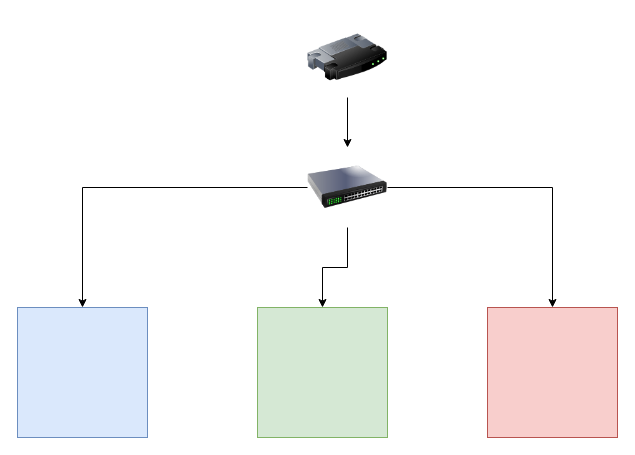
The draw.io diagram Project 4 Diagram.drawio in blackknight75/Cybersecurity-Bootcamp, before the edit. Source tidied: cells renumbered, new cells numbered last; positions are measured from the earlier drawing's top-left corner, leaving out a move shared by most shapes. Both pictures are drawn from the tidied source at 100%, with x=0, y=0 at pixel (17, 17).
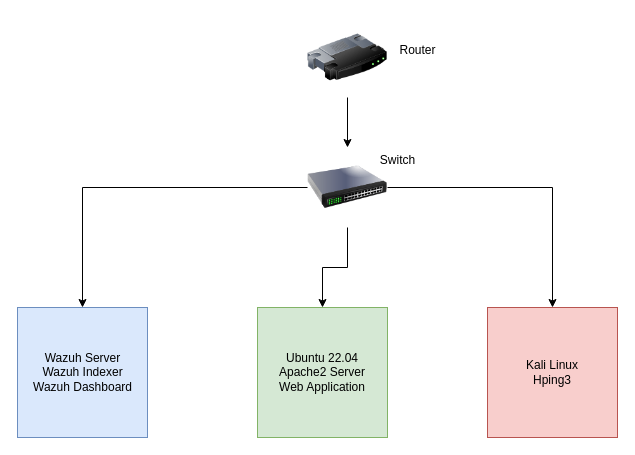
The same diagram, later.

What changed in the source:
```diff
@@
 <mxGraphModel>
   <root>
     <mxCell id="0" />
     <mxCell id="1" parent="0" />
     <mxCell id="2" style="whiteSpace=wrap;html=1;fillColor=#dae8fc;strokeColor=#6c8ebf;" parent="1" vertex="1">
       <mxGeometry y="290" width="130" height="130" as="geometry" />
     </mxCell>
-    <mxCell id="3" style="whiteSpace=wrap;html=1;fillColor=#d5e8d4;strokeColor=#82b366;" parent="1" vertex="1">
+    <mxCell id="3" value="Ubuntu 22.04&lt;div&gt;Apache2 Server&lt;/div&gt;&lt;div&gt;Web Application&lt;/div&gt;" style="whiteSpace=wrap;html=1;fillColor=#d5e8d4;strokeColor=#82b366;" parent="1" vertex="1">
       <mxGeometry x="240" y="290" width="130" height="130" as="geometry" />
     </mxCell>
-    <mxCell id="4" style="whiteSpace=wrap;html=1;fillColor=#f8cecc;strokeColor=#b85450;" parent="1" vertex="1">
+    <mxCell id="4" value="Kali Linux&lt;div&gt;Hping3&lt;/div&gt;" style="whiteSpace=wrap;html=1;fillColor=#f8cecc;strokeColor=#b85450;" parent="1" vertex="1">
       <mxGeometry x="470" y="290" width="130" height="130" as="geometry" />
     </mxCell>
     <mxCell id="5" style="edgeStyle=orthogonalEdgeStyle;rounded=0;jettySize=auto;html=1;exitX=1;exitY=0.5;exitDx=0;exitDy=0;entryX=0.5;entryY=0;entryDx=0;entryDy=0;" parent="1" edge="1" source="8" target="4">
       <mxGeometry relative="1" as="geometry" />
     </mxCell>
     <mxCell id="6" style="edgeStyle=orthogonalEdgeStyle;rounded=0;jettySize=auto;html=1;exitX=0;exitY=0.5;exitDx=0;exitDy=0;entryX=0.5;entryY=0;entryDx=0;entryDy=0;" parent="1" edge="1" source="8" target="2">
       <mxGeometry relative="1" as="geometry" />
     </mxCell>
     <mxCell id="7" style="edgeStyle=orthogonalEdgeStyle;rounded=0;jettySize=auto;html=1;exitX=0.5;exitY=1;exitDx=0;exitDy=0;entryX=0.5;entryY=0;entryDx=0;entryDy=0;" parent="1" edge="1" source="8" target="3">
       <mxGeometry relative="1" as="geometry" />
     </mxCell>
     <mxCell id="8" style="image;html=1;image=img/lib/clip_art/networking/Switch_128x128.png;" parent="1" vertex="1">
       <mxGeometry x="290" y="130" width="80" height="80" as="geometry" />
     </mxCell>
     <mxCell id="9" style="edgeStyle=orthogonalEdgeStyle;rounded=0;jettySize=auto;html=1;exitX=0.5;exitY=1;exitDx=0;exitDy=0;" parent="1" edge="1" source="10" target="8">
       <mxGeometry relative="1" as="geometry" />
     </mxCell>
     <mxCell id="10" style="image;html=1;image=img/lib/clip_art/networking/Router_128x128.png;" parent="1" vertex="1">
       <mxGeometry x="290" width="80" height="80" as="geometry" />
     </mxCell>
+    <mxCell id="11" value="Wazuh Server&lt;div&gt;Wazuh Indexer&lt;/div&gt;&lt;div&gt;Wazuh Dashboard&lt;/div&gt;" style="text;html=1;align=center;verticalAlign=middle;strokeColor=none;fillColor=none;" parent="1" vertex="1">
+      <mxGeometry x="5" y="325" width="120" height="60" as="geometry" />
+    </mxCell>
+    <mxCell id="12" value="Router" style="text;html=1;align=center;verticalAlign=middle;strokeColor=none;fillColor=none;" parent="1" vertex="1">
+      <mxGeometry x="370" y="18" width="60" height="30" as="geometry" />
+    </mxCell>
+    <mxCell id="13" value="Switch" style="text;html=1;align=center;verticalAlign=middle;strokeColor=none;fillColor=none;" parent="1" vertex="1">
+      <mxGeometry x="350" y="128" width="60" height="30" as="geometry" />
+    </mxCell>
   </root>
 </mxGraphModel>
```
